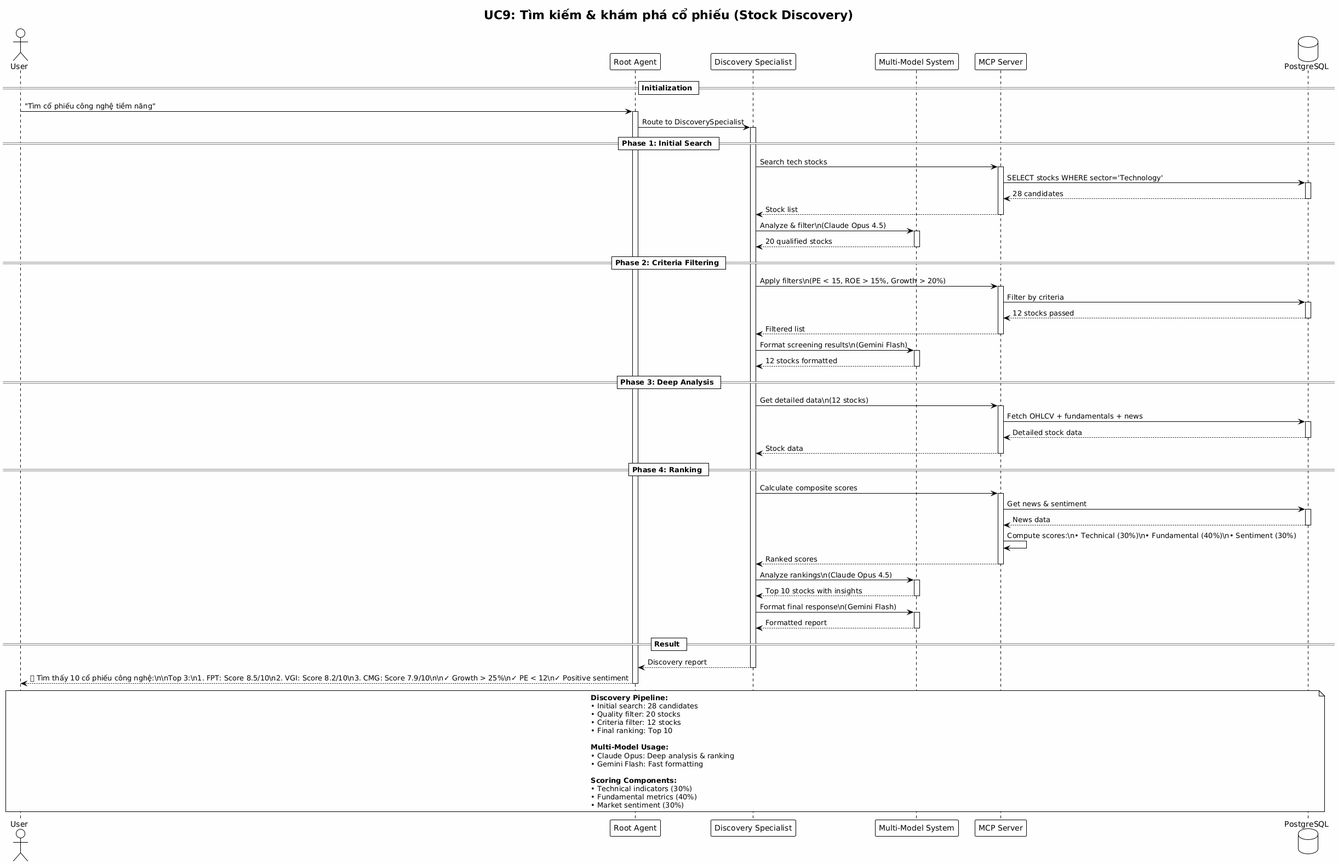
Above: diagrams/images/sequence_diagrams/sequence_uc9_discovery.png in GiangNV-HUST/DATN (PlantUML), before the change. The source it was exported from:
```plantuml
@startuml
!pragma charset UTF-8

!theme plain
skinparam backgroundColor #FEFEFE
skinparam shadowing false
skinparam defaultFontName "Times New Roman"

title UC9: Tìm kiếm & khám phá cổ phiếu (Stock Discovery)

actor User
participant "Root Agent" as Root
participant "Discovery Specialist" as Discovery
participant "Multi-Model System" as Models
participant "MCP Server" as MCP
database "PostgreSQL" as DB

== Initialization ==
User -> Root: "Tìm cổ phiếu công nghệ tiềm năng"
activate Root
Root -> Discovery: Route to DiscoverySpecialist
activate Discovery

== Phase 1: Initial Search ==
Discovery -> MCP: Search tech stocks
activate MCP
MCP -> DB: SELECT stocks WHERE sector='Technology'
activate DB
DB --> MCP: 28 candidates
deactivate DB
MCP --> Discovery: Stock list
deactivate MCP

Discovery -> Models: Analyze & filter\\n(Claude Opus 4.5)
activate Models
Models --> Discovery: 20 qualified stocks
deactivate Models

== Phase 2: Criteria Filtering ==
Discovery -> MCP: Apply filters\\n(PE < 15, ROE > 15%, Growth > 20%)
activate MCP
MCP -> DB: Filter by criteria
activate DB
DB --> MCP: 12 stocks passed
deactivate DB
MCP --> Discovery: Filtered list
deactivate MCP

Discovery -> Models: Format screening results\\n(Gemini Flash)
activate Models
Models --> Discovery: 12 stocks formatted
deactivate Models

== Phase 3: Deep Analysis ==
Discovery -> MCP: Get detailed data\\n(12 stocks)
activate MCP
MCP -> DB: Fetch OHLCV + fundamentals + news
activate DB
DB --> MCP: Detailed stock data
deactivate DB
MCP --> Discovery: Stock data
deactivate MCP

== Phase 4: Ranking ==
Discovery -> MCP: Calculate composite scores
activate MCP
MCP -> DB: Get news & sentiment
activate DB
DB --> MCP: News data
deactivate DB
MCP -> MCP: Compute scores:\\n• Technical (30%)\\n• Fundamental (40%)\\n• Sentiment (30%)
MCP --> Discovery: Ranked scores
deactivate MCP

Discovery -> Models: Analyze rankings\\n(Claude Opus 4.5)
activate Models
Models --> Discovery: Top 10 stocks with insights
deactivate Models

Discovery -> Models: Format final response\\n(Gemini Flash)
activate Models
Models --> Discovery: Formatted report
deactivate Models

== Result ==
Discovery --> Root: Discovery report
deactivate Discovery
Root --> User: 🔍 Tìm thấy 10 cổ phiếu công nghệ:\\n\\nTop 3:\\n1. FPT: Score 8.5/10\\n2. VGI: Score 8.2/10\\n3. CMG: Score 7.9/10\\n\\n✓ Growth > 25%\\n✓ PE < 12\\n✓ Positive sentiment
deactivate Root

note over User, DB
  **Discovery Pipeline:**
  • Initial search: 28 candidates
  • Quality filter: 20 stocks
  • Criteria filter: 12 stocks
  • Final ranking: Top 10

  **Multi-Model Usage:**
  • Claude Opus: Deep analysis & ranking
  • Gemini Flash: Fast formatting

  **Scoring Components:**
  • Technical indicators (30%)
  • Fundamental metrics (40%)
  • Market sentiment (30%)
end note
@enduml
```
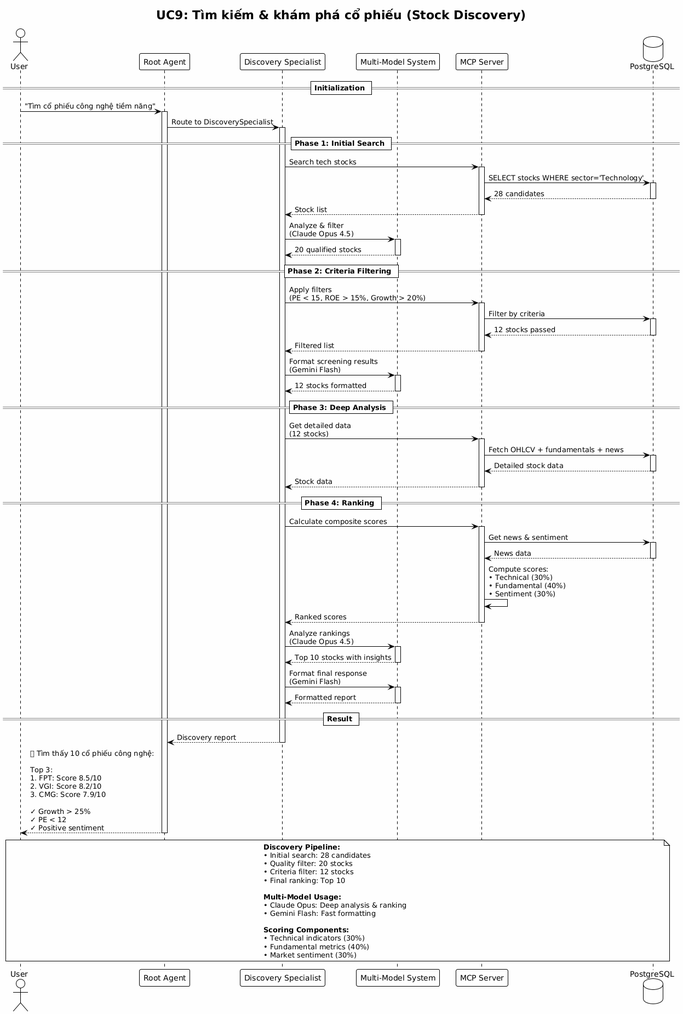
Above is the later version.

Commit message:
fix: Fix line breaks in UC9 and UC10 sequence diagrams

The edit, as a diff of the source:
```diff
@@ -31,13 +31,13 @@
 MCP --> Discovery: Stock list
 deactivate MCP
 
-Discovery -> Models: Analyze & filter\\n(Claude Opus 4.5)
+Discovery -> Models: Analyze & filter\n(Claude Opus 4.5)
 activate Models
 Models --> Discovery: 20 qualified stocks
 deactivate Models
 
 == Phase 2: Criteria Filtering ==
-Discovery -> MCP: Apply filters\\n(PE < 15, ROE > 15%, Growth > 20%)
+Discovery -> MCP: Apply filters\n(PE < 15, ROE > 15%, Growth > 20%)
 activate MCP
 MCP -> DB: Filter by criteria
 activate DB
@@ -46,13 +46,13 @@
 MCP --> Discovery: Filtered list
 deactivate MCP
 
-Discovery -> Models: Format screening results\\n(Gemini Flash)
+Discovery -> Models: Format screening results\n(Gemini Flash)
 activate Models
 Models --> Discovery: 12 stocks formatted
 deactivate Models
 
 == Phase 3: Deep Analysis ==
-Discovery -> MCP: Get detailed data\\n(12 stocks)
+Discovery -> MCP: Get detailed data\n(12 stocks)
 activate MCP
 MCP -> DB: Fetch OHLCV + fundamentals + news
 activate DB
@@ -68,16 +68,16 @@
 activate DB
 DB --> MCP: News data
 deactivate DB
-MCP -> MCP: Compute scores:\\n• Technical (30%)\\n• Fundamental (40%)\\n• Sentiment (30%)
+MCP -> MCP: Compute scores:\n• Technical (30%)\n• Fundamental (40%)\n• Sentiment (30%)
 MCP --> Discovery: Ranked scores
 deactivate MCP
 
-Discovery -> Models: Analyze rankings\\n(Claude Opus 4.5)
+Discovery -> Models: Analyze rankings\n(Claude Opus 4.5)
 activate Models
 Models --> Discovery: Top 10 stocks with insights
 deactivate Models
 
-Discovery -> Models: Format final response\\n(Gemini Flash)
+Discovery -> Models: Format final response\n(Gemini Flash)
 activate Models
 Models --> Discovery: Formatted report
 deactivate Models
@@ -85,7 +85,7 @@
 == Result ==
 Discovery --> Root: Discovery report
 deactivate Discovery
-Root --> User: 🔍 Tìm thấy 10 cổ phiếu công nghệ:\\n\\nTop 3:\\n1. FPT: Score 8.5/10\\n2. VGI: Score 8.2/10\\n3. CMG: Score 7.9/10\\n\\n✓ Growth > 25%\\n✓ PE < 12\\n✓ Positive sentiment
+Root --> User: 🔍 Tìm thấy 10 cổ phiếu công nghệ:\n\nTop 3:\n1. FPT: Score 8.5/10\n2. VGI: Score 8.2/10\n3. CMG: Score 7.9/10\n\n✓ Growth > 25%\n✓ PE < 12\n✓ Positive sentiment
 deactivate Root
 
 note over User, DB
```
